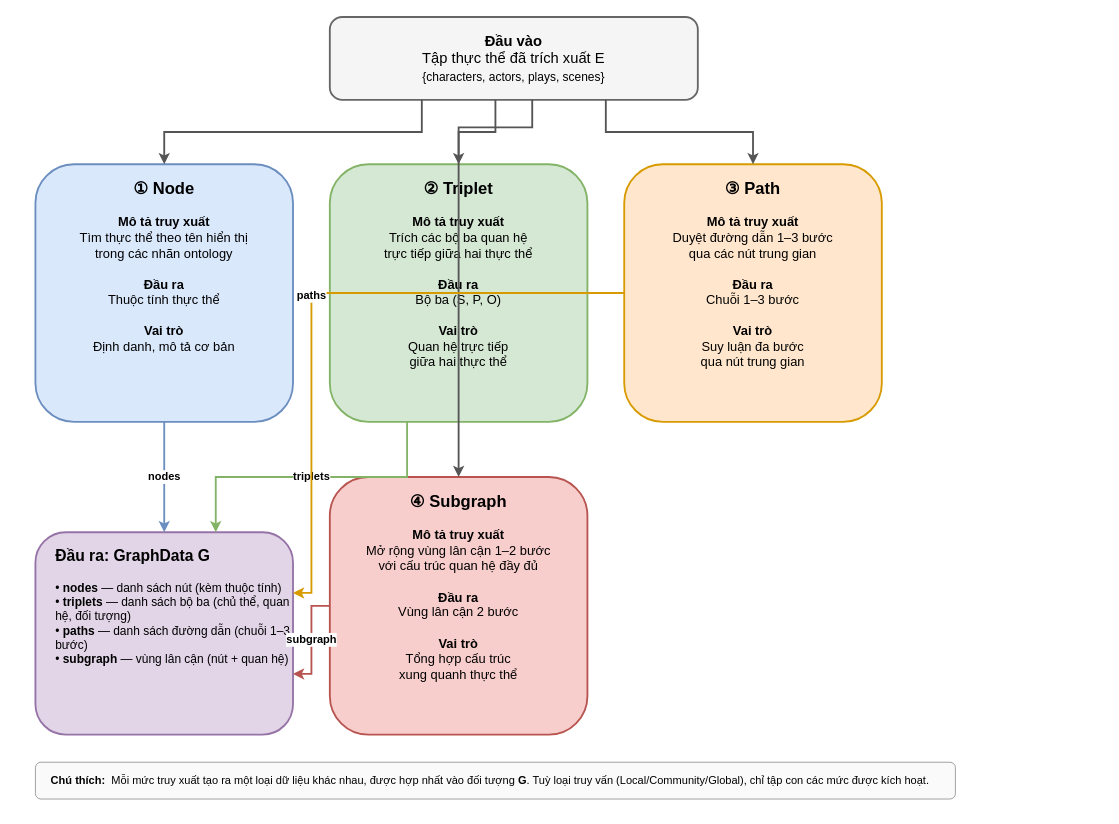
BlackRose484/GraphRAG keeps this draw.io diagram as thesis/figures/c3/multi_granularity.drawio. Above is the earlier version. Source tidied: cells renumbered, new cells numbered last; positions are measured from the earlier drawing's top-left corner, leaving out a move shared by most shapes. Both pictures are drawn from the tidied source at 92%, with x=0, y=0 at pixel (35, 17).
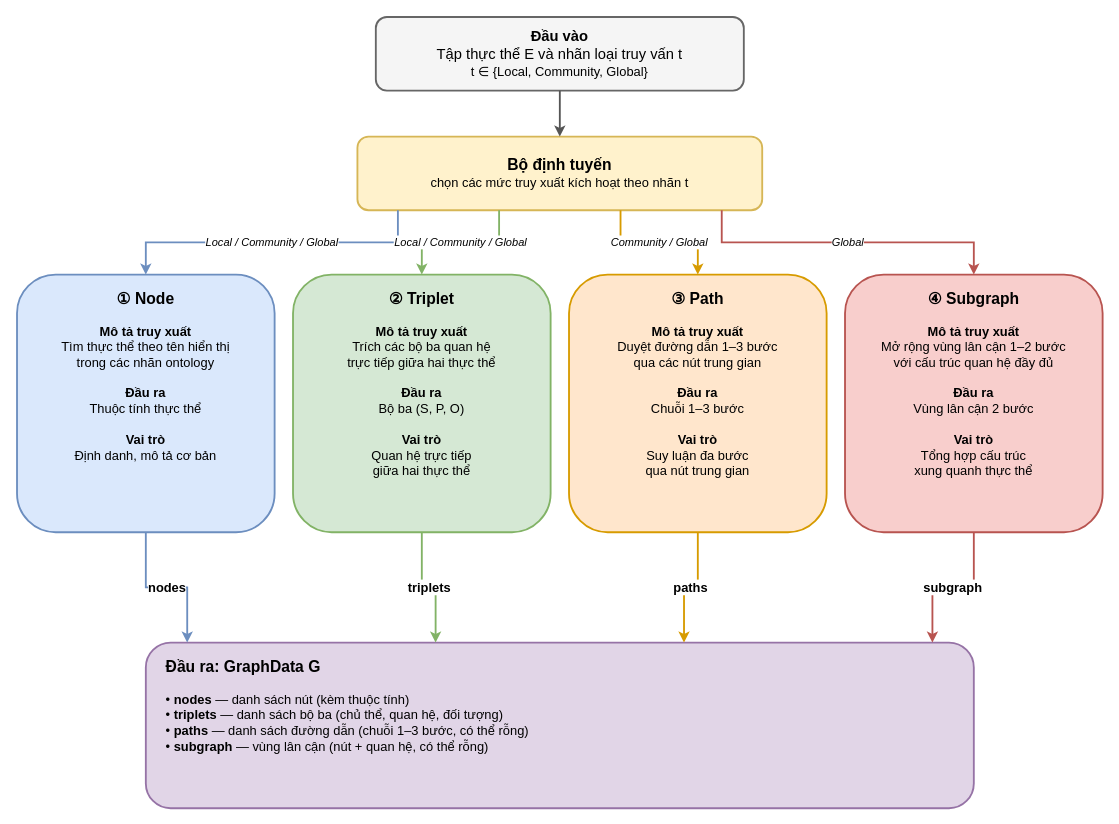
The same page after the edit.

The edit, as a diff of the source:
```diff
@@
 <mxGraphModel>
   <root>
     <mxCell id="0" />
     <mxCell id="1" parent="0" />
-    <mxCell id="2" value="&lt;b&gt;Đầu vào&lt;/b&gt;&lt;br&gt;Tập thực thể đã trích xuất E&lt;br&gt;&lt;font style=&quot;font-size: 13px&quot;&gt;{characters, actors, plays, scenes}&lt;/font&gt;" style="rounded=1;whiteSpace=wrap;html=1;fillColor=#f5f5f5;strokeColor=#666666;strokeWidth=2;fontSize=16;align=center;" parent="1" vertex="1">
-      <mxGeometry x="320" width="400" height="90" as="geometry" />
+    <mxCell id="2" value="&lt;b&gt;Đầu vào&lt;/b&gt;&lt;br&gt;Tập thực thể E và nhãn loại truy vấn t&lt;br&gt;&lt;font style=&quot;font-size:14px&quot;&gt;t ∈ {Local, Community, Global}&lt;/font&gt;" style="rounded=1;whiteSpace=wrap;html=1;fillColor=#f5f5f5;strokeColor=#666666;strokeWidth=2;fontSize=16;align=center;" parent="1" vertex="1">
+      <mxGeometry x="370" width="400" height="80" as="geometry" />
     </mxCell>
+    <mxCell id="17" value="&lt;b style=&quot;font-size:17px&quot;&gt;Bộ định tuyến&lt;/b&gt;&lt;br&gt;&lt;font style=&quot;font-size:14px&quot;&gt;chọn các mức truy xuất kích hoạt theo nhãn t&lt;/font&gt;" style="rounded=1;whiteSpace=wrap;html=1;fillColor=#fff2cc;strokeColor=#d6b656;strokeWidth=2;fontSize=14;align=center;verticalAlign=middle;" parent="1" vertex="1">
+      <mxGeometry x="350" y="130" width="440" height="80" as="geometry" />
+    </mxCell>
-    <mxCell id="3" value="&lt;b style=&quot;font-size:18px&quot;&gt;① Node&lt;/b&gt;&lt;br&gt;&lt;br&gt;&lt;b&gt;Mô tả truy xuất&lt;/b&gt;&lt;br&gt;Tìm thực thể theo tên hiển thị&lt;br&gt;trong các nhãn ontology&lt;br&gt;&lt;br&gt;&lt;b&gt;Đầu ra&lt;/b&gt;&lt;br&gt;Thuộc tính thực thể&lt;br&gt;&lt;br&gt;&lt;b&gt;Vai trò&lt;/b&gt;&lt;br&gt;Định danh, mô tả cơ bản" style="rounded=1;whiteSpace=wrap;html=1;fillColor=#dae8fc;strokeColor=#6c8ebf;strokeWidth=2;fontSize=14;align=center;verticalAlign=top;spacingTop=10;" parent="1" vertex="1">
-      <mxGeometry y="160" width="280" height="280" as="geometry" />
+    <mxCell id="3" value="&lt;b style=&quot;font-size:17px&quot;&gt;① Node&lt;/b&gt;&lt;br&gt;&lt;br&gt;&lt;b&gt;Mô tả truy xuất&lt;/b&gt;&lt;br&gt;Tìm thực thể theo tên hiển thị&lt;br&gt;trong các nhãn ontology&lt;br&gt;&lt;br&gt;&lt;b&gt;Đầu ra&lt;/b&gt;&lt;br&gt;Thuộc tính thực thể&lt;br&gt;&lt;br&gt;&lt;b&gt;Vai trò&lt;/b&gt;&lt;br&gt;Định danh, mô tả cơ bản" style="rounded=1;whiteSpace=wrap;html=1;fillColor=#dae8fc;strokeColor=#6c8ebf;strokeWidth=2;fontSize=14;align=center;verticalAlign=top;spacingTop=10;" parent="1" vertex="1">
+      <mxGeometry x="-20" y="280" width="280" height="280" as="geometry" />
     </mxCell>
-    <mxCell id="4" value="&lt;b style=&quot;font-size:18px&quot;&gt;② Triplet&lt;/b&gt;&lt;br&gt;&lt;br&gt;&lt;b&gt;Mô tả truy xuất&lt;/b&gt;&lt;br&gt;Trích các bộ ba quan hệ&lt;br&gt;trực tiếp giữa hai thực thể&lt;br&gt;&lt;br&gt;&lt;b&gt;Đầu ra&lt;/b&gt;&lt;br&gt;Bộ ba (S, P, O)&lt;br&gt;&lt;br&gt;&lt;b&gt;Vai trò&lt;/b&gt;&lt;br&gt;Quan hệ trực tiếp&lt;br&gt;giữa hai thực thể" style="rounded=1;whiteSpace=wrap;html=1;fillColor=#d5e8d4;strokeColor=#82b366;strokeWidth=2;fontSize=14;align=center;verticalAlign=top;spacingTop=10;" parent="1" vertex="1">
-      <mxGeometry x="320" y="160" width="280" height="280" as="geometry" />
+    <mxCell id="4" value="&lt;b style=&quot;font-size:17px&quot;&gt;② Triplet&lt;/b&gt;&lt;br&gt;&lt;br&gt;&lt;b&gt;Mô tả truy xuất&lt;/b&gt;&lt;br&gt;Trích các bộ ba quan hệ&lt;br&gt;trực tiếp giữa hai thực thể&lt;br&gt;&lt;br&gt;&lt;b&gt;Đầu ra&lt;/b&gt;&lt;br&gt;Bộ ba (S, P, O)&lt;br&gt;&lt;br&gt;&lt;b&gt;Vai trò&lt;/b&gt;&lt;br&gt;Quan hệ trực tiếp&lt;br&gt;giữa hai thực thể" style="rounded=1;whiteSpace=wrap;html=1;fillColor=#d5e8d4;strokeColor=#82b366;strokeWidth=2;fontSize=14;align=center;verticalAlign=top;spacingTop=10;" parent="1" vertex="1">
+      <mxGeometry x="280" y="280" width="280" height="280" as="geometry" />
     </mxCell>
-    <mxCell id="5" value="&lt;b style=&quot;font-size:18px&quot;&gt;③ Path&lt;/b&gt;&lt;br&gt;&lt;br&gt;&lt;b&gt;Mô tả truy xuất&lt;/b&gt;&lt;br&gt;Duyệt đường dẫn 1–3 bước&lt;br&gt;qua các nút trung gian&lt;br&gt;&lt;br&gt;&lt;b&gt;Đầu ra&lt;/b&gt;&lt;br&gt;Chuỗi 1–3 bước&lt;br&gt;&lt;br&gt;&lt;b&gt;Vai trò&lt;/b&gt;&lt;br&gt;Suy luận đa bước&lt;br&gt;qua nút trung gian" style="rounded=1;whiteSpace=wrap;html=1;fillColor=#ffe6cc;strokeColor=#d79b00;strokeWidth=2;fontSize=14;align=center;verticalAlign=top;spacingTop=10;" parent="1" vertex="1">
-      <mxGeometry x="640" y="160" width="280" height="280" as="geometry" />
+    <mxCell id="5" value="&lt;b style=&quot;font-size:17px&quot;&gt;③ Path&lt;/b&gt;&lt;br&gt;&lt;br&gt;&lt;b&gt;Mô tả truy xuất&lt;/b&gt;&lt;br&gt;Duyệt đường dẫn 1–3 bước&lt;br&gt;qua các nút trung gian&lt;br&gt;&lt;br&gt;&lt;b&gt;Đầu ra&lt;/b&gt;&lt;br&gt;Chuỗi 1–3 bước&lt;br&gt;&lt;br&gt;&lt;b&gt;Vai trò&lt;/b&gt;&lt;br&gt;Suy luận đa bước&lt;br&gt;qua nút trung gian" style="rounded=1;whiteSpace=wrap;html=1;fillColor=#ffe6cc;strokeColor=#d79b00;strokeWidth=2;fontSize=14;align=center;verticalAlign=top;spacingTop=10;" parent="1" vertex="1">
+      <mxGeometry x="580" y="280" width="280" height="280" as="geometry" />
     </mxCell>
-    <mxCell id="6" value="&lt;b style=&quot;font-size:18px&quot;&gt;④ Subgraph&lt;/b&gt;&lt;br&gt;&lt;br&gt;&lt;b&gt;Mô tả truy xuất&lt;/b&gt;&lt;br&gt;Mở rộng vùng lân cận 1–2 bước&lt;br&gt;với cấu trúc quan hệ đầy đủ&lt;br&gt;&lt;br&gt;&lt;b&gt;Đầu ra&lt;/b&gt;&lt;br&gt;Vùng lân cận 2 bước&lt;br&gt;&lt;br&gt;&lt;b&gt;Vai trò&lt;/b&gt;&lt;br&gt;Tổng hợp cấu trúc&lt;br&gt;xung quanh thực thể" style="rounded=1;whiteSpace=wrap;html=1;fillColor=#f8cecc;strokeColor=#b85450;strokeWidth=2;fontSize=14;align=center;verticalAlign=top;spacingTop=10;" parent="1" vertex="1">
-      <mxGeometry x="320" y="500" width="280" height="280" as="geometry" />
+    <mxCell id="6" value="&lt;b style=&quot;font-size:17px&quot;&gt;④ Subgraph&lt;/b&gt;&lt;br&gt;&lt;br&gt;&lt;b&gt;Mô tả truy xuất&lt;/b&gt;&lt;br&gt;Mở rộng vùng lân cận 1–2 bước&lt;br&gt;với cấu trúc quan hệ đầy đủ&lt;br&gt;&lt;br&gt;&lt;b&gt;Đầu ra&lt;/b&gt;&lt;br&gt;Vùng lân cận 2 bước&lt;br&gt;&lt;br&gt;&lt;b&gt;Vai trò&lt;/b&gt;&lt;br&gt;Tổng hợp cấu trúc&lt;br&gt;xung quanh thực thể" style="rounded=1;whiteSpace=wrap;html=1;fillColor=#f8cecc;strokeColor=#b85450;strokeWidth=2;fontSize=14;align=center;verticalAlign=top;spacingTop=10;" parent="1" vertex="1">
+      <mxGeometry x="880" y="280" width="280" height="280" as="geometry" />
     </mxCell>
-    <mxCell id="7" value="&lt;b style=&quot;font-size:17px&quot;&gt;Đầu ra: GraphData G&lt;/b&gt;&lt;br&gt;&lt;br&gt;• &lt;b&gt;nodes&lt;/b&gt; — danh sách nút (kèm thuộc tính)&lt;br&gt;• &lt;b&gt;triplets&lt;/b&gt; — danh sách bộ ba (chủ thể, quan hệ, đối tượng)&lt;br&gt;• &lt;b&gt;paths&lt;/b&gt; — danh sách đường dẫn (chuỗi 1–3 bước)&lt;br&gt;• &lt;b&gt;subgraph&lt;/b&gt; — vùng lân cận (nút + quan hệ)" style="rounded=1;whiteSpace=wrap;html=1;fillColor=#e1d5e7;strokeColor=#9673a6;strokeWidth=2;fontSize=13;align=left;verticalAlign=top;spacingLeft=20;spacingTop=10;" parent="1" vertex="1">
-      <mxGeometry y="560" width="280" height="220" as="geometry" />
+    <mxCell id="7" value="&lt;b style=&quot;font-size:17px&quot;&gt;Đầu ra: GraphData G&lt;/b&gt;&lt;br&gt;&lt;br&gt;• &lt;b&gt;nodes&lt;/b&gt; — danh sách nút (kèm thuộc tính)&lt;br&gt;• &lt;b&gt;triplets&lt;/b&gt; — danh sách bộ ba (chủ thể, quan hệ, đối tượng)&lt;br&gt;• &lt;b&gt;paths&lt;/b&gt; — danh sách đường dẫn (chuỗi 1–3 bước, có thể rỗng)&lt;br&gt;• &lt;b&gt;subgraph&lt;/b&gt; — vùng lân cận (nút + quan hệ, có thể rỗng)" style="rounded=1;whiteSpace=wrap;html=1;fillColor=#e1d5e7;strokeColor=#9673a6;strokeWidth=2;fontSize=14;align=left;verticalAlign=top;spacingLeft=20;spacingTop=10;" parent="1" vertex="1">
+      <mxGeometry x="120" y="680" width="900" height="180" as="geometry" />
     </mxCell>
-    <mxCell id="8" style="endArrow=classic;html=1;rounded=0;edgeStyle=orthogonalEdgeStyle;strokeColor=#555555;strokeWidth=2;exitX=0.25;exitY=1;exitDx=0;exitDy=0;entryX=0.5;entryY=0;entryDx=0;entryDy=0;" parent="1" edge="1" source="2" target="3">
-      <mxGeometry relative="1" as="geometry" />
-    </mxCell>
-    <mxCell id="9" style="endArrow=classic;html=1;rounded=0;edgeStyle=orthogonalEdgeStyle;strokeColor=#555555;strokeWidth=2;exitX=0.45;exitY=1;exitDx=0;exitDy=0;entryX=0.5;entryY=0;entryDx=0;entryDy=0;" parent="1" edge="1" source="2" target="4">
-      <mxGeometry relative="1" as="geometry" />
-    </mxCell>
-    <mxCell id="10" style="endArrow=classic;html=1;rounded=0;edgeStyle=orthogonalEdgeStyle;strokeColor=#555555;strokeWidth=2;exitX=0.75;exitY=1;exitDx=0;exitDy=0;entryX=0.5;entryY=0;entryDx=0;entryDy=0;" parent="1" edge="1" source="2" target="5">
-      <mxGeometry relative="1" as="geometry" />
-    </mxCell>
-    <mxCell id="11" style="endArrow=classic;html=1;rounded=0;edgeStyle=orthogonalEdgeStyle;strokeColor=#555555;strokeWidth=2;exitX=0.55;exitY=1;exitDx=0;exitDy=0;entryX=0.5;entryY=0;entryDx=0;entryDy=0;" parent="1" edge="1" source="2" target="6">
-      <mxGeometry relative="1" as="geometry">
-        <Array as="points">
-          <mxPoint x="540" y="120" />
-          <mxPoint x="460" y="120" />
-        </Array>
-      </mxGeometry>
-    </mxCell>
+    <mxCell id="18" style="endArrow=classic;html=1;rounded=0;edgeStyle=orthogonalEdgeStyle;strokeColor=#555555;strokeWidth=2;exitX=0.5;exitY=1;exitDx=0;exitDy=0;entryX=0.5;entryY=0;entryDx=0;entryDy=0;" parent="1" edge="1" source="2" target="17">
+      <mxGeometry relative="1" as="geometry" />
+    </mxCell>
+    <mxCell id="19" value="Local / Community / Global" style="endArrow=classic;html=1;rounded=0;edgeStyle=orthogonalEdgeStyle;strokeColor=#6c8ebf;strokeWidth=2;fontSize=12;fontStyle=2;exitX=0.1;exitY=1;exitDx=0;exitDy=0;entryX=0.5;entryY=0;entryDx=0;entryDy=0;" parent="1" edge="1" source="17" target="3">
+      <mxGeometry relative="1" as="geometry" />
+    </mxCell>
+    <mxCell id="20" value="Local / Community / Global" style="endArrow=classic;html=1;rounded=0;edgeStyle=orthogonalEdgeStyle;strokeColor=#82b366;strokeWidth=2;fontSize=12;fontStyle=2;exitX=0.35;exitY=1;exitDx=0;exitDy=0;entryX=0.5;entryY=0;entryDx=0;entryDy=0;" parent="1" edge="1" source="17" target="4">
+      <mxGeometry relative="1" as="geometry" />
+    </mxCell>
+    <mxCell id="21" value="Community / Global" style="endArrow=classic;html=1;rounded=0;edgeStyle=orthogonalEdgeStyle;strokeColor=#d79b00;strokeWidth=2;fontSize=12;fontStyle=2;exitX=0.65;exitY=1;exitDx=0;exitDy=0;entryX=0.5;entryY=0;entryDx=0;entryDy=0;" parent="1" edge="1" source="17" target="5">
+      <mxGeometry relative="1" as="geometry" />
+    </mxCell>
+    <mxCell id="22" value="Global" style="endArrow=classic;html=1;rounded=0;edgeStyle=orthogonalEdgeStyle;strokeColor=#b85450;strokeWidth=2;fontSize=12;fontStyle=2;exitX=0.9;exitY=1;exitDx=0;exitDy=0;entryX=0.5;entryY=0;entryDx=0;entryDy=0;" parent="1" edge="1" source="17" target="6">
+      <mxGeometry relative="1" as="geometry" />
+    </mxCell>
-    <mxCell id="12" value="nodes" style="endArrow=classic;html=1;rounded=0;edgeStyle=orthogonalEdgeStyle;strokeColor=#6c8ebf;strokeWidth=2;fontSize=12;fontStyle=1;exitX=0.5;exitY=1;exitDx=0;exitDy=0;entryX=0.5;entryY=0;entryDx=0;entryDy=0;" parent="1" edge="1" source="3" target="7">
+    <mxCell id="12" value="nodes" style="endArrow=classic;html=1;rounded=0;edgeStyle=orthogonalEdgeStyle;strokeColor=#6c8ebf;strokeWidth=2;fontSize=14;fontStyle=1;exitX=0.5;exitY=1;exitDx=0;exitDy=0;entryX=0.05;entryY=0;entryDx=0;entryDy=0;" parent="1" edge="1" source="3" target="7">
       <mxGeometry relative="1" as="geometry" />
     </mxCell>
-    <mxCell id="13" value="triplets" style="endArrow=classic;html=1;rounded=0;edgeStyle=orthogonalEdgeStyle;strokeColor=#82b366;strokeWidth=2;fontSize=12;fontStyle=1;exitX=0.3;exitY=1;exitDx=0;exitDy=0;entryX=0.7;entryY=0;entryDx=0;entryDy=0;" parent="1" edge="1" source="4" target="7">
+    <mxCell id="13" value="triplets" style="endArrow=classic;html=1;rounded=0;edgeStyle=orthogonalEdgeStyle;strokeColor=#82b366;strokeWidth=2;fontSize=14;fontStyle=1;exitX=0.5;exitY=1;exitDx=0;exitDy=0;entryX=0.35;entryY=0;entryDx=0;entryDy=0;" parent="1" edge="1" source="4" target="7">
       <mxGeometry relative="1" as="geometry" />
     </mxCell>
-    <mxCell id="14" value="paths" style="endArrow=classic;html=1;rounded=0;edgeStyle=orthogonalEdgeStyle;strokeColor=#d79b00;strokeWidth=2;fontSize=12;fontStyle=1;exitX=0;exitY=0.5;exitDx=0;exitDy=0;entryX=1;entryY=0.3;entryDx=0;entryDy=0;" parent="1" edge="1" source="5" target="7">
-      <mxGeometry relative="1" as="geometry">
-        <Array as="points">
-          <mxPoint x="300" y="300" />
-        </Array>
-      </mxGeometry>
+    <mxCell id="14" value="paths" style="endArrow=classic;html=1;rounded=0;edgeStyle=orthogonalEdgeStyle;strokeColor=#d79b00;strokeWidth=2;fontSize=14;fontStyle=1;exitX=0.5;exitY=1;exitDx=0;exitDy=0;entryX=0.65;entryY=0;entryDx=0;entryDy=0;" parent="1" edge="1" source="5" target="7">
+      <mxGeometry relative="1" as="geometry" />
     </mxCell>
-    <mxCell id="15" value="subgraph" style="endArrow=classic;html=1;rounded=0;edgeStyle=orthogonalEdgeStyle;strokeColor=#b85450;strokeWidth=2;fontSize=12;fontStyle=1;exitX=0;exitY=0.5;exitDx=0;exitDy=0;entryX=1;entryY=0.7;entryDx=0;entryDy=0;" parent="1" edge="1" source="6" target="7">
+    <mxCell id="15" value="subgraph" style="endArrow=classic;html=1;rounded=0;edgeStyle=orthogonalEdgeStyle;strokeColor=#b85450;strokeWidth=2;fontSize=14;fontStyle=1;exitX=0.5;exitY=1;exitDx=0;exitDy=0;entryX=0.95;entryY=0;entryDx=0;entryDy=0;" parent="1" edge="1" source="6" target="7">
       <mxGeometry relative="1" as="geometry" />
     </mxCell>
-    <mxCell id="16" value="&lt;b&gt;Chú thích:&lt;/b&gt;&amp;nbsp;&amp;nbsp;Mỗi mức truy xuất tạo ra một loại dữ liệu khác nhau, được hợp nhất vào đối tượng &lt;b&gt;G&lt;/b&gt;. Tuỳ loại truy vấn (Local/Community/Global), chỉ tập con các mức được kích hoạt." style="rounded=1;whiteSpace=wrap;html=1;fillColor=#fafafa;strokeColor=#999999;strokeWidth=1;fontSize=12;align=left;verticalAlign=middle;spacingLeft=15;" parent="1" vertex="1">
-      <mxGeometry y="810" width="1000" height="40" as="geometry" />
-    </mxCell>
   </root>
 </mxGraphModel>
```
